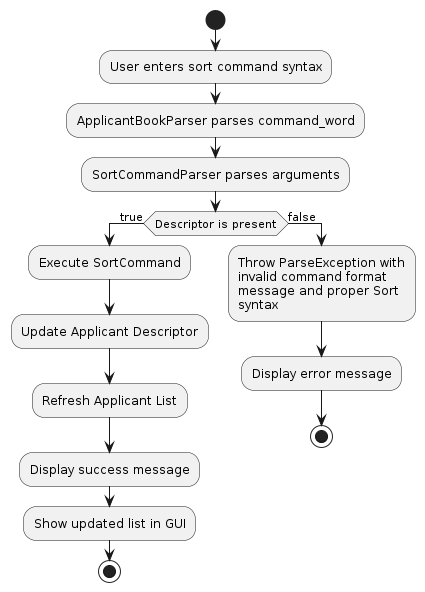
Before: diagrams/SortCommandActivityDiagram.png, a diagram exported from PlantUML (craigtonlian/tp). Its source is kept beside it as diagrams/SortCommandActivityDiagram.puml. Its diagram source:
```plantuml
@startuml

start
:User enters sort command syntax;
:ApplicantBookParser parses command_word;
:SortCommandParser parses arguments;
if (Descriptor is present) then (true)
  :Execute SortCommand;
  :Update Applicant Descriptor;
  :Refresh Applicant List;
  :Display success message;
  :Show updated list in GUI;
  stop
else (false)
    :Throw ParseException with
    invalid command format
    message and proper Sort
    syntax;
    :Display error message;
    stop
@enduml
```
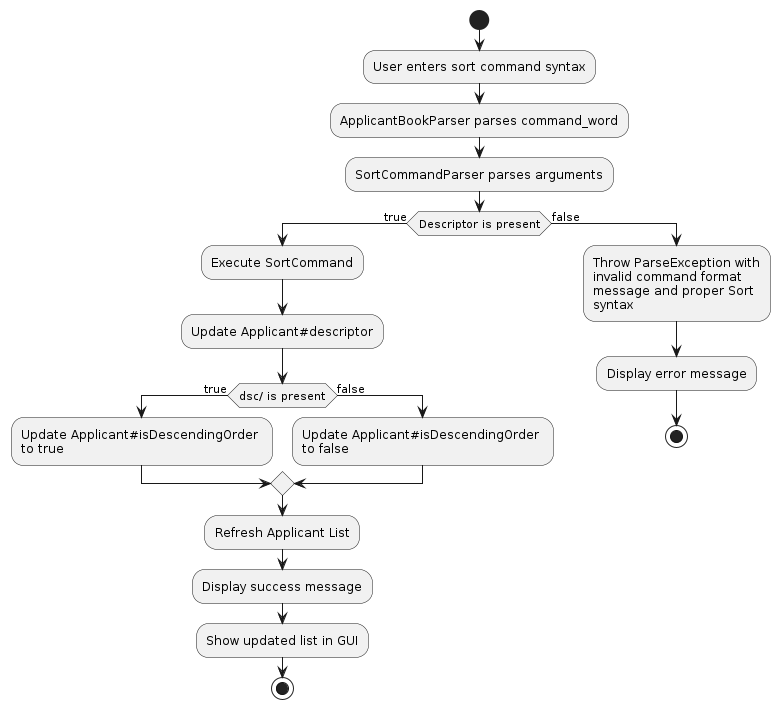
The same diagram one commit later.

What changed in the source:
```diff
@@ -6,11 +6,20 @@
 :SortCommandParser parses arguments;
 if (Descriptor is present) then (true)
   :Execute SortCommand;
-  :Update Applicant Descriptor;
+  :Update Applicant#descriptor;
+    if (dsc/ is present) then (true)
+  :Update Applicant#isDescendingOrder \nto true;
+
+    else (false)
+  :Update Applicant#isDescendingOrder \nto false;
+  endif
+
+
   :Refresh Applicant List;
   :Display success message;
   :Show updated list in GUI;
   stop
+
 else (false)
     :Throw ParseException with
     invalid command format
```
